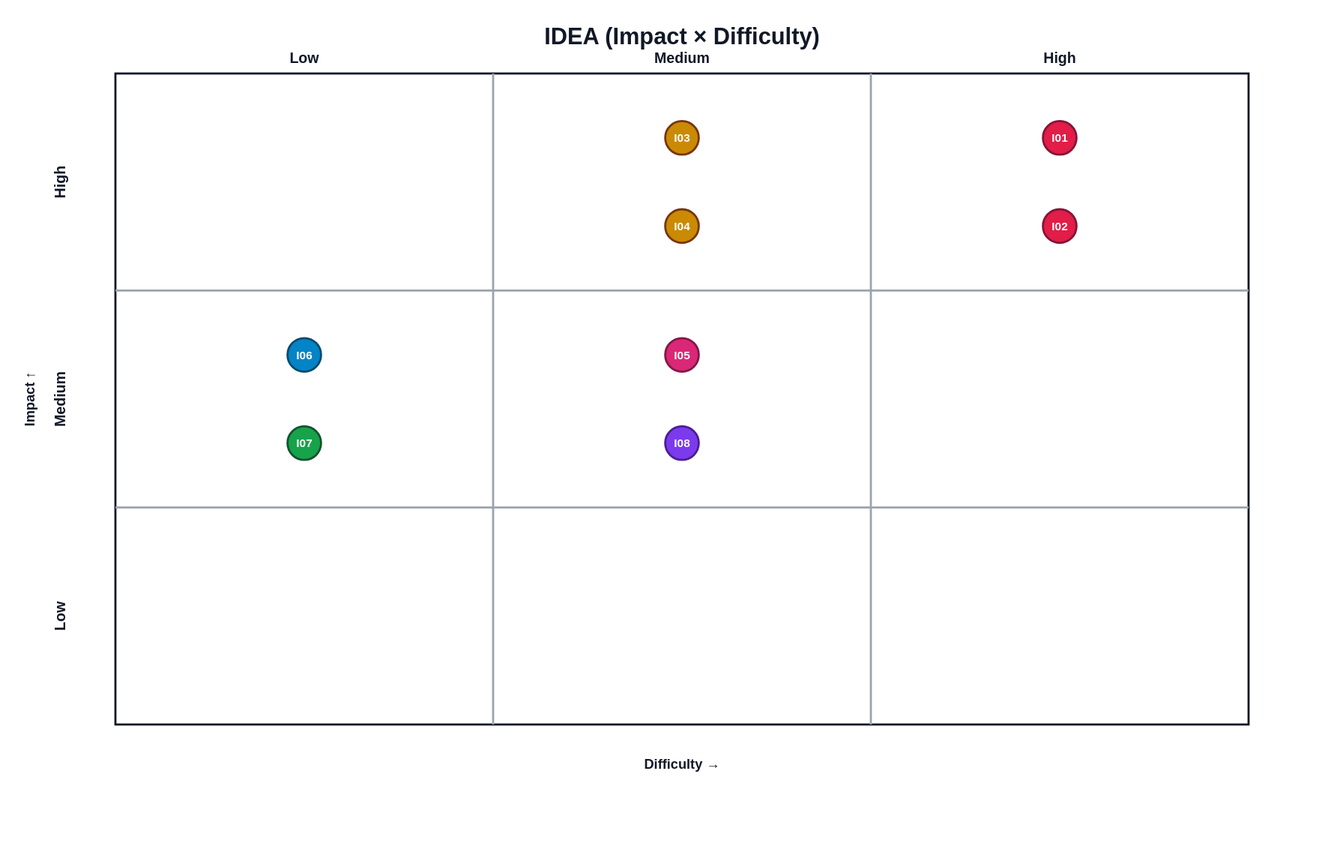
Earlier version of the draw.io export docs/assets/idea_matrix.drawio.svg (takapi-s/LiteratureGraphContext). Source tidied: cells renumbered, new cells last; positions are measured from the earlier drawing's top-left corner, leaving out a move shared by most shapes. Source of this version:
```xml
<mxGraphModel>
  <root>
    <mxCell id="0" />
    <mxCell id="1" parent="0" />
    <mxCell id="2" value="IDEA (Impact × Difficulty)" style="text;html=1;strokeColor=none;fillColor=none;align=center;verticalAlign=middle;whiteSpace=wrap;rounded=0;fontSize=22;fontStyle=1;" parent="1" vertex="1">
      <mxGeometry x="412" width="440" height="40" as="geometry" />
    </mxCell>
    <mxCell id="3" style="rounded=0;whiteSpace=wrap;html=1;strokeWidth=2;strokeColor=#111827;fillColor=none;" parent="1" vertex="1">
      <mxGeometry x="92" y="52" width="1080" height="620" as="geometry" />
    </mxCell>
    <mxCell id="4" style="endArrow=none;html=1;strokeWidth=2;strokeColor=#9CA3AF;" parent="1" edge="1">
      <mxGeometry relative="1" as="geometry">
        <mxPoint x="452" y="52" as="sourcePoint" />
        <mxPoint x="452" y="672" as="targetPoint" />
      </mxGeometry>
    </mxCell>
    <mxCell id="5" style="endArrow=none;html=1;strokeWidth=2;strokeColor=#9CA3AF;" parent="1" edge="1">
      <mxGeometry relative="1" as="geometry">
        <mxPoint x="812" y="52" as="sourcePoint" />
        <mxPoint x="812" y="672" as="targetPoint" />
      </mxGeometry>
    </mxCell>
    <mxCell id="6" style="endArrow=none;html=1;strokeWidth=2;strokeColor=#9CA3AF;" parent="1" edge="1">
      <mxGeometry relative="1" as="geometry">
        <mxPoint x="92" y="258.7" as="sourcePoint" />
        <mxPoint x="1172" y="258.7" as="targetPoint" />
      </mxGeometry>
    </mxCell>
    <mxCell id="7" style="endArrow=none;html=1;strokeWidth=2;strokeColor=#9CA3AF;" parent="1" edge="1">
      <mxGeometry relative="1" as="geometry">
        <mxPoint x="92" y="465.3" as="sourcePoint" />
        <mxPoint x="1172" y="465.3" as="targetPoint" />
      </mxGeometry>
    </mxCell>
    <mxCell id="8" value="Low" style="text;html=1;strokeColor=none;fillColor=none;align=center;verticalAlign=middle;whiteSpace=wrap;rounded=0;fontSize=14;fontStyle=1;" parent="1" vertex="1">
      <mxGeometry x="212" y="20" width="120" height="24" as="geometry" />
    </mxCell>
    <mxCell id="9" value="Medium" style="text;html=1;strokeColor=none;fillColor=none;align=center;verticalAlign=middle;whiteSpace=wrap;rounded=0;fontSize=14;fontStyle=1;" parent="1" vertex="1">
      <mxGeometry x="572" y="20" width="120" height="24" as="geometry" />
    </mxCell>
    <mxCell id="10" value="High" style="text;html=1;strokeColor=none;fillColor=none;align=center;verticalAlign=middle;whiteSpace=wrap;rounded=0;fontSize=14;fontStyle=1;" parent="1" vertex="1">
      <mxGeometry x="932" y="20" width="120" height="24" as="geometry" />
    </mxCell>
    <mxCell id="11" value="High" style="text;html=1;strokeColor=none;fillColor=none;align=center;verticalAlign=middle;whiteSpace=wrap;rounded=0;fontSize=14;fontStyle=1;rotation=-90;" parent="1" vertex="1">
      <mxGeometry x="32" y="143.3" width="24" height="24" as="geometry" />
    </mxCell>
    <mxCell id="12" value="Medium" style="text;html=1;strokeColor=none;fillColor=none;align=center;verticalAlign=middle;whiteSpace=wrap;rounded=0;fontSize=14;fontStyle=1;rotation=-90;" parent="1" vertex="1">
      <mxGeometry x="32" y="350" width="24" height="24" as="geometry" />
    </mxCell>
    <mxCell id="13" value="Low" style="text;html=1;strokeColor=none;fillColor=none;align=center;verticalAlign=middle;whiteSpace=wrap;rounded=0;fontSize=14;fontStyle=1;rotation=-90;" parent="1" vertex="1">
      <mxGeometry x="32" y="556.7" width="24" height="24" as="geometry" />
    </mxCell>
    <mxCell id="14" value="Difficulty →" style="text;html=1;strokeColor=none;fillColor=none;align=center;verticalAlign=middle;whiteSpace=wrap;rounded=0;fontSize=13;fontStyle=1;" parent="1" vertex="1">
      <mxGeometry x="552" y="700" width="160" height="24" as="geometry" />
    </mxCell>
    <mxCell id="15" value="Impact ↑" style="text;html=1;strokeColor=none;fillColor=none;align=center;verticalAlign=middle;whiteSpace=wrap;rounded=0;fontSize=13;fontStyle=1;rotation=-90;" parent="1" vertex="1">
      <mxGeometry y="350" width="70" height="24" as="geometry" />
    </mxCell>
    <mxCell id="16" value="I06" style="ellipse;whiteSpace=wrap;html=1;fillColor=#0284C7;strokeColor=#0C4A6E;fontColor=#ffffff;fontStyle=1;fontSize=11;" parent="1" vertex="1">
      <mxGeometry x="256" y="304" width="32" height="32" as="geometry" />
    </mxCell>
    <mxCell id="17" value="I07" style="ellipse;whiteSpace=wrap;html=1;fillColor=#16A34A;strokeColor=#14532D;fontColor=#ffffff;fontStyle=1;fontSize=11;" parent="1" vertex="1">
      <mxGeometry x="256" y="388" width="32" height="32" as="geometry" />
    </mxCell>
    <mxCell id="18" value="I05" style="ellipse;whiteSpace=wrap;html=1;fillColor=#DB2777;strokeColor=#831843;fontColor=#ffffff;fontStyle=1;fontSize=11;" parent="1" vertex="1">
      <mxGeometry x="616" y="304" width="32" height="32" as="geometry" />
    </mxCell>
    <mxCell id="19" value="I08" style="ellipse;whiteSpace=wrap;html=1;fillColor=#7C3AED;strokeColor=#4C1D95;fontColor=#ffffff;fontStyle=1;fontSize=11;" parent="1" vertex="1">
      <mxGeometry x="616" y="388" width="32" height="32" as="geometry" />
    </mxCell>
    <mxCell id="20" value="I03" style="ellipse;whiteSpace=wrap;html=1;fillColor=#CA8A04;strokeColor=#78350F;fontColor=#ffffff;fontStyle=1;fontSize=11;" parent="1" vertex="1">
      <mxGeometry x="616" y="97.3" width="32" height="32" as="geometry" />
    </mxCell>
    <mxCell id="21" value="I04" style="ellipse;whiteSpace=wrap;html=1;fillColor=#CA8A04;strokeColor=#78350F;fontColor=#ffffff;fontStyle=1;fontSize=11;" parent="1" vertex="1">
      <mxGeometry x="616" y="181.3" width="32" height="32" as="geometry" />
    </mxCell>
    <mxCell id="22" value="I01" style="ellipse;whiteSpace=wrap;html=1;fillColor=#E11D48;strokeColor=#881337;fontColor=#ffffff;fontStyle=1;fontSize=11;" parent="1" vertex="1">
      <mxGeometry x="976" y="97.3" width="32" height="32" as="geometry" />
    </mxCell>
    <mxCell id="23" value="I02" style="ellipse;whiteSpace=wrap;html=1;fillColor=#E11D48;strokeColor=#881337;fontColor=#ffffff;fontStyle=1;fontSize=11;" parent="1" vertex="1">
      <mxGeometry x="976" y="181.3" width="32" height="32" as="geometry" />
    </mxCell>
  </root>
</mxGraphModel>
```
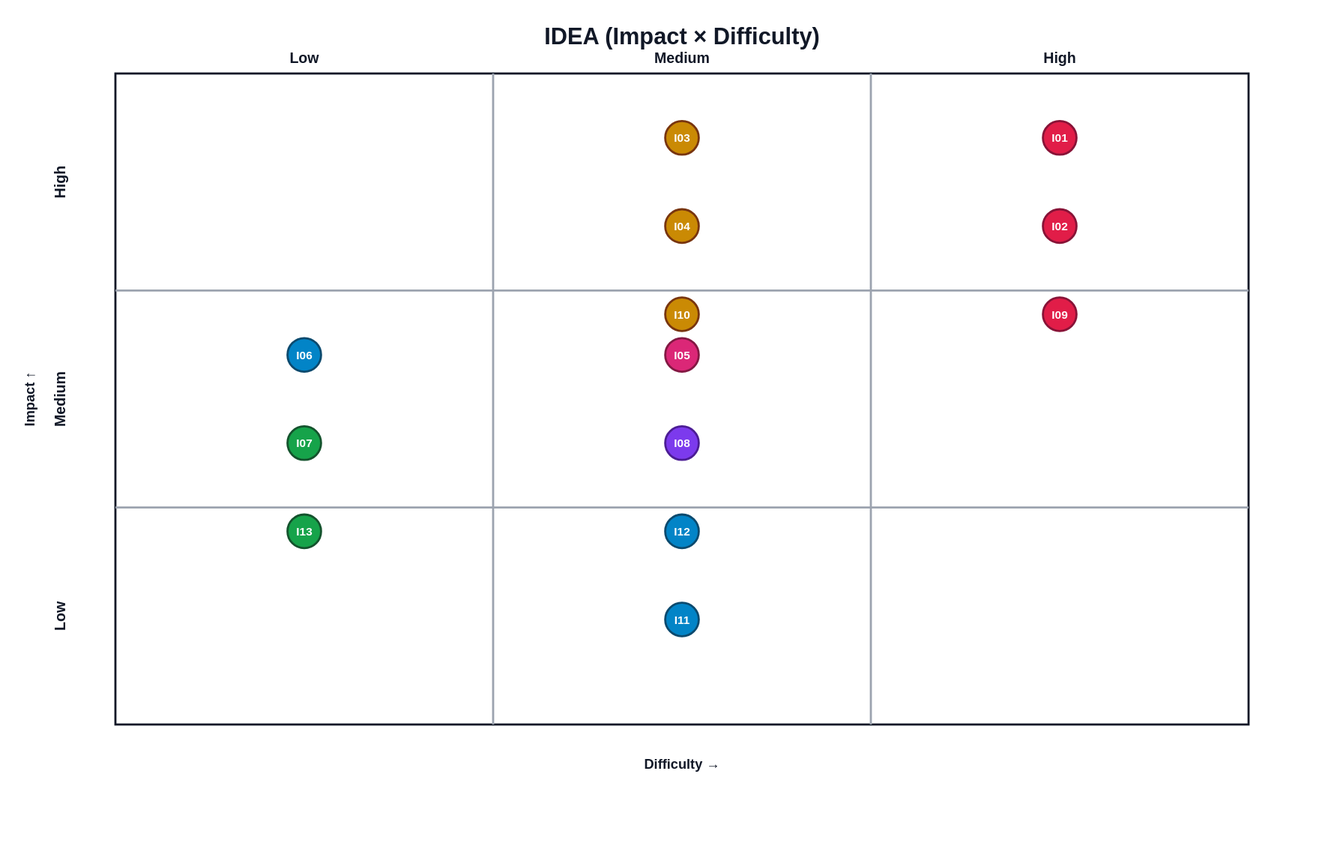
Above is the later version.

Change to the diagram source:
```diff
@@ -62,23 +62,38 @@
     <mxCell id="17" value="I07" style="ellipse;whiteSpace=wrap;html=1;fillColor=#16A34A;strokeColor=#14532D;fontColor=#ffffff;fontStyle=1;fontSize=11;" parent="1" vertex="1">
       <mxGeometry x="256" y="388" width="32" height="32" as="geometry" />
     </mxCell>
+    <mxCell id="24" value="I13" style="ellipse;whiteSpace=wrap;html=1;fillColor=#16A34A;strokeColor=#14532D;fontColor=#ffffff;fontStyle=1;fontSize=11;" parent="1" vertex="1">
+      <mxGeometry x="256" y="472" width="32" height="32" as="geometry" />
+    </mxCell>
     <mxCell id="18" value="I05" style="ellipse;whiteSpace=wrap;html=1;fillColor=#DB2777;strokeColor=#831843;fontColor=#ffffff;fontStyle=1;fontSize=11;" parent="1" vertex="1">
       <mxGeometry x="616" y="304" width="32" height="32" as="geometry" />
     </mxCell>
     <mxCell id="19" value="I08" style="ellipse;whiteSpace=wrap;html=1;fillColor=#7C3AED;strokeColor=#4C1D95;fontColor=#ffffff;fontStyle=1;fontSize=11;" parent="1" vertex="1">
       <mxGeometry x="616" y="388" width="32" height="32" as="geometry" />
     </mxCell>
+    <mxCell id="25" value="I12" style="ellipse;whiteSpace=wrap;html=1;fillColor=#0284C7;strokeColor=#0C4A6E;fontColor=#ffffff;fontStyle=1;fontSize=11;" parent="1" vertex="1">
+      <mxGeometry x="616" y="472" width="32" height="32" as="geometry" />
+    </mxCell>
     <mxCell id="20" value="I03" style="ellipse;whiteSpace=wrap;html=1;fillColor=#CA8A04;strokeColor=#78350F;fontColor=#ffffff;fontStyle=1;fontSize=11;" parent="1" vertex="1">
       <mxGeometry x="616" y="97.3" width="32" height="32" as="geometry" />
     </mxCell>
     <mxCell id="21" value="I04" style="ellipse;whiteSpace=wrap;html=1;fillColor=#CA8A04;strokeColor=#78350F;fontColor=#ffffff;fontStyle=1;fontSize=11;" parent="1" vertex="1">
       <mxGeometry x="616" y="181.3" width="32" height="32" as="geometry" />
     </mxCell>
+    <mxCell id="26" value="I10" style="ellipse;whiteSpace=wrap;html=1;fillColor=#CA8A04;strokeColor=#78350F;fontColor=#ffffff;fontStyle=1;fontSize=11;" parent="1" vertex="1">
+      <mxGeometry x="616" y="265.3" width="32" height="32" as="geometry" />
+    </mxCell>
+    <mxCell id="27" value="I11" style="ellipse;whiteSpace=wrap;html=1;fillColor=#0284C7;strokeColor=#0C4A6E;fontColor=#ffffff;fontStyle=1;fontSize=11;" parent="1" vertex="1">
+      <mxGeometry x="616" y="556" width="32" height="32" as="geometry" />
+    </mxCell>
     <mxCell id="22" value="I01" style="ellipse;whiteSpace=wrap;html=1;fillColor=#E11D48;strokeColor=#881337;fontColor=#ffffff;fontStyle=1;fontSize=11;" parent="1" vertex="1">
       <mxGeometry x="976" y="97.3" width="32" height="32" as="geometry" />
     </mxCell>
     <mxCell id="23" value="I02" style="ellipse;whiteSpace=wrap;html=1;fillColor=#E11D48;strokeColor=#881337;fontColor=#ffffff;fontStyle=1;fontSize=11;" parent="1" vertex="1">
       <mxGeometry x="976" y="181.3" width="32" height="32" as="geometry" />
     </mxCell>
+    <mxCell id="28" value="I09" style="ellipse;whiteSpace=wrap;html=1;fillColor=#E11D48;strokeColor=#881337;fontColor=#ffffff;fontStyle=1;fontSize=11;" parent="1" vertex="1">
+      <mxGeometry x="976" y="265.3" width="32" height="32" as="geometry" />
+    </mxCell>
   </root>
 </mxGraphModel>
```
